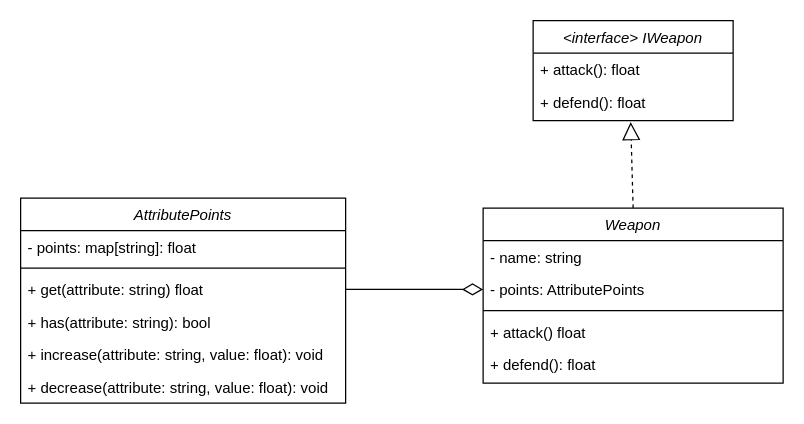
Earlier version of the draw.io diagram docs/classes-diagram.drawio (spanishGab/unind-game). Source tidied: cells renumbered, new cells numbered last; positions are measured from the earlier drawing's top-left corner, leaving out a move shared by most shapes. Both pictures are drawn from the tidied source at 125%, with x=0, y=0 at pixel (20, 20).
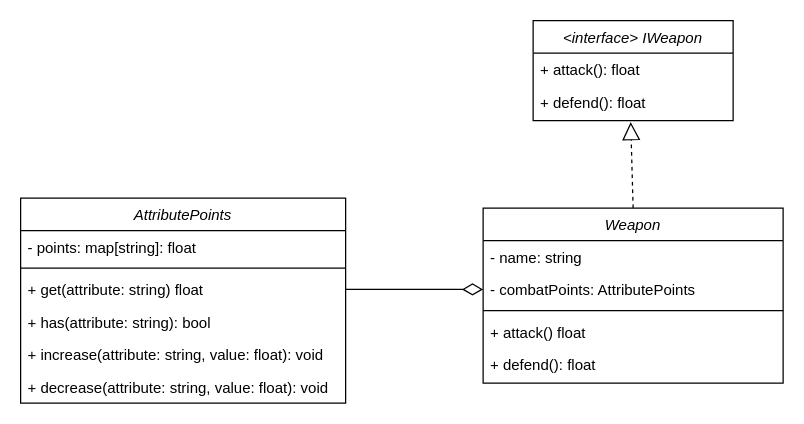
The same diagram, later.

Change to the diagram source:
```diff
@@
 <mxGraphModel>
   <root>
     <mxCell id="0" />
     <mxCell id="1" parent="0" />
     <mxCell id="2" value="&lt;interface&gt; IWeapon" style="swimlane;fontStyle=2;align=center;verticalAlign=top;horizontal=1;startSize=26;rounded=0;shadow=0;strokeWidth=1;" parent="1" vertex="1">
       <mxGeometry x="410" width="160" height="80" as="geometry" />
     </mxCell>
     <mxCell id="3" value="+ attack(): float" style="text;align=left;verticalAlign=top;spacingLeft=4;spacingRight=4;overflow=hidden;" parent="2" vertex="1">
       <mxGeometry y="26" width="160" height="26" as="geometry" />
     </mxCell>
     <mxCell id="4" value="+ defend(): float" style="text;align=left;verticalAlign=top;spacingLeft=4;spacingRight=4;overflow=hidden;points=[[0,0.5],[1,0.5]];portConstraint=eastwest;" parent="2" vertex="1">
       <mxGeometry y="52" width="160" height="26" as="geometry" />
     </mxCell>
     <mxCell id="5" value="AttributePoints" style="swimlane;fontStyle=2;align=center;verticalAlign=top;horizontal=1;startSize=26;rounded=0;shadow=0;strokeWidth=1;" parent="1" vertex="1">
       <mxGeometry y="142" width="260" height="164" as="geometry" />
     </mxCell>
     <mxCell id="6" value="- points: map[string]: float" style="text;align=left;verticalAlign=top;spacingLeft=4;spacingRight=4;overflow=hidden;" parent="5" vertex="1">
       <mxGeometry y="26" width="260" height="26" as="geometry" />
     </mxCell>
     <mxCell id="7" style="line;html=1;strokeWidth=1;align=left;verticalAlign=middle;spacingTop=-1;spacingLeft=3;spacingRight=3;labelPosition=right;" parent="5" vertex="1">
       <mxGeometry y="52" width="260" height="8" as="geometry" />
     </mxCell>
     <mxCell id="8" value="+ get(attribute: string) float" style="text;align=left;verticalAlign=top;spacingLeft=4;spacingRight=4;overflow=hidden;points=[[0,0.5],[1,0.5]];portConstraint=eastwest;" parent="5" vertex="1">
       <mxGeometry y="60" width="260" height="26" as="geometry" />
     </mxCell>
     <mxCell id="9" value="+ has(attribute: string): bool" style="text;align=left;verticalAlign=top;spacingLeft=4;spacingRight=4;overflow=hidden;" parent="5" vertex="1">
       <mxGeometry y="86" width="260" height="26" as="geometry" />
     </mxCell>
     <mxCell id="10" value="+ increase(attribute: string, value: float): void" style="text;align=left;verticalAlign=top;spacingLeft=4;spacingRight=4;overflow=hidden;" parent="5" vertex="1">
       <mxGeometry y="112" width="260" height="26" as="geometry" />
     </mxCell>
     <mxCell id="11" value="+ decrease(attribute: string, value: float): void" style="text;align=left;verticalAlign=top;spacingLeft=4;spacingRight=4;overflow=hidden;" parent="5" vertex="1">
       <mxGeometry y="138" width="260" height="26" as="geometry" />
     </mxCell>
     <mxCell id="12" value="Weapon" style="swimlane;fontStyle=2;align=center;verticalAlign=top;horizontal=1;startSize=26;rounded=0;shadow=0;strokeWidth=1;" parent="1" vertex="1">
       <mxGeometry x="370" y="150" width="240" height="140" as="geometry" />
     </mxCell>
     <mxCell id="13" value="- name: string" style="text;align=left;verticalAlign=top;spacingLeft=4;spacingRight=4;overflow=hidden;" parent="12" vertex="1">
       <mxGeometry y="26" width="240" height="26" as="geometry" />
     </mxCell>
-    <mxCell id="14" value="- points: AttributePoints" style="text;align=left;verticalAlign=top;spacingLeft=4;spacingRight=4;overflow=hidden;points=[[0,0.5],[1,0.5]];portConstraint=eastwest;" parent="12" vertex="1">
+    <mxCell id="14" value="- combatPoints: AttributePoints" style="text;align=left;verticalAlign=top;spacingLeft=4;spacingRight=4;overflow=hidden;points=[[0,0.5],[1,0.5]];portConstraint=eastwest;" parent="12" vertex="1">
       <mxGeometry y="52" width="240" height="26" as="geometry" />
     </mxCell>
     <mxCell id="15" style="line;html=1;strokeWidth=1;align=left;verticalAlign=middle;spacingTop=-1;spacingLeft=3;spacingRight=3;labelPosition=right;" parent="12" vertex="1">
       <mxGeometry y="78" width="240" height="8" as="geometry" />
     </mxCell>
     <mxCell id="16" value="+ attack() float" style="text;align=left;verticalAlign=top;spacingLeft=4;spacingRight=4;overflow=hidden;" parent="12" vertex="1">
       <mxGeometry y="86" width="240" height="26" as="geometry" />
     </mxCell>
     <mxCell id="17" value="+ defend(): float" style="text;align=left;verticalAlign=top;spacingLeft=4;spacingRight=4;overflow=hidden;" parent="12" vertex="1">
       <mxGeometry y="112" width="240" height="26" as="geometry" />
     </mxCell>
     <mxCell id="18" style="endArrow=block;dashed=1;endFill=0;endSize=12;html=1;rounded=0;entryX=0.488;entryY=1.122;entryDx=0;entryDy=0;entryPerimeter=0;exitX=0.5;exitY=0;exitDx=0;exitDy=0;" parent="1" edge="1" source="12" target="4">
       <mxGeometry relative="1" as="geometry" />
     </mxCell>
     <mxCell id="19" style="endArrow=none;html=1;endSize=12;startArrow=diamondThin;startSize=14;startFill=0;edgeStyle=orthogonalEdgeStyle;rounded=0;entryX=1;entryY=0.5;entryDx=0;entryDy=0;exitX=0;exitY=0.5;exitDx=0;exitDy=0;endFill=0;" parent="1" edge="1" source="14" target="8">
       <mxGeometry relative="1" as="geometry" />
     </mxCell>
   </root>
 </mxGraphModel>
```
